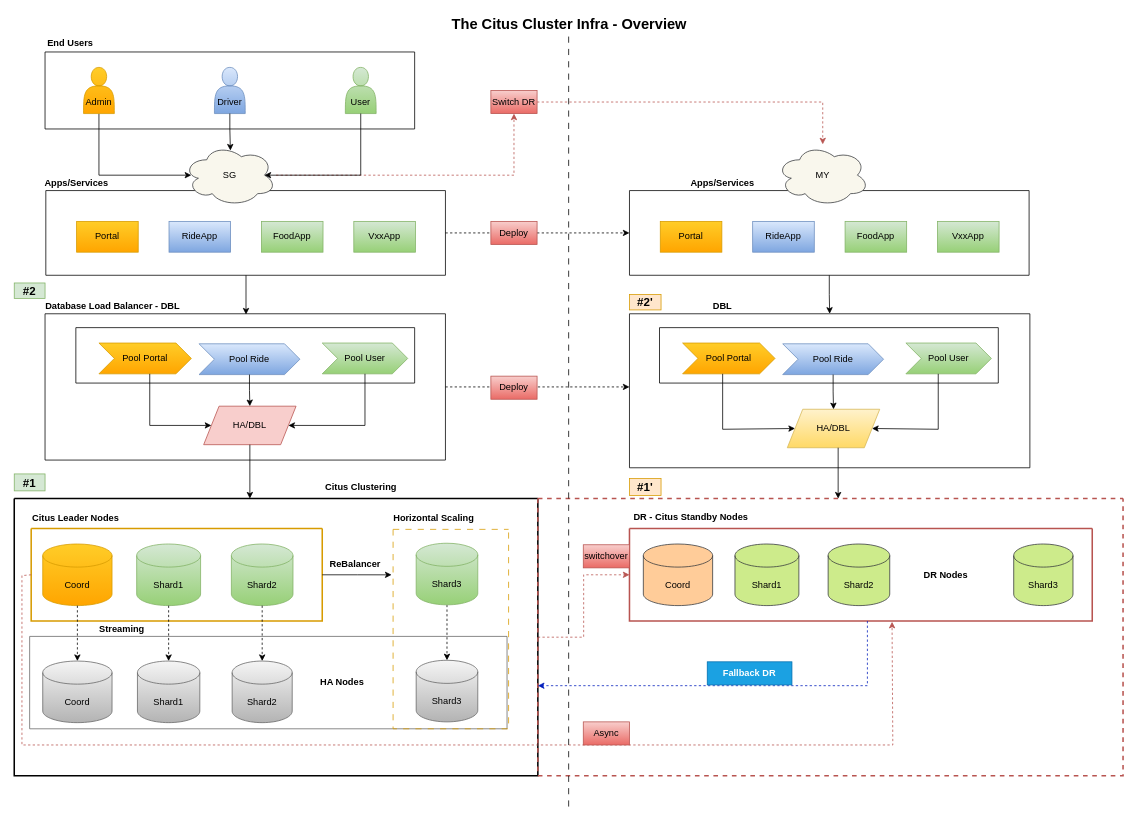
Earlier version of the draw.io diagram Copy of Citus Cluster - Infrastructure.drawio (quanntt0203/PostgreSQL-HA). Source tidied: cells renumbered, new cells numbered last; positions are measured from the earlier drawing's top-left corner, leaving out a move shared by most shapes. Both pictures are drawn from the tidied source at 77%, with x=0, y=0 at pixel (14, 13).
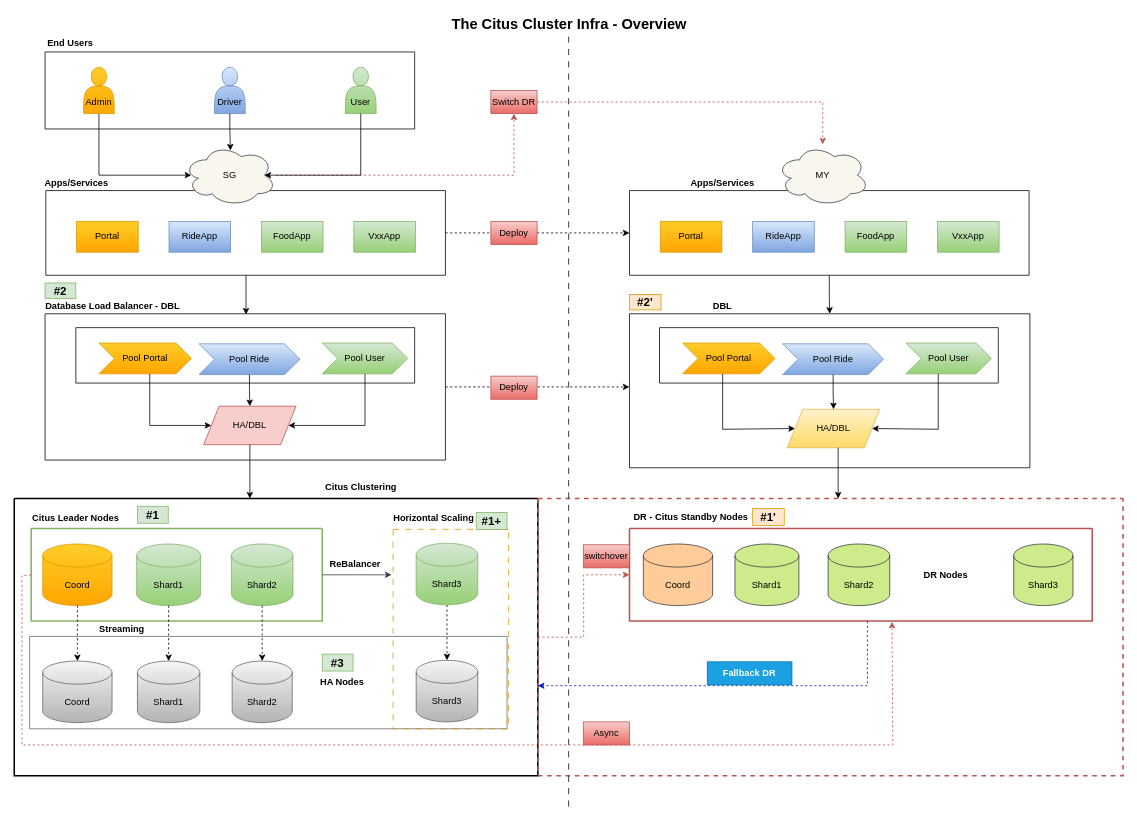
The same diagram, later.

The change refers to these unchanged cells:
```xml
<mxCell id="13" style="swimlane;startSize=0;strokeWidth=2;" parent="1" vertex="1">
  <mxGeometry y="630" width="680" height="360" as="geometry" />
</mxCell>
<mxCell id="14" style="swimlane;startSize=0;fillColor=#f5f5f5;gradientColor=#b3b3b3;strokeColor=#666666;" parent="13" vertex="1">
  <mxGeometry x="20" y="179" width="620" height="120" as="geometry" />
</mxCell>
<mxCell id="26" style="swimlane;startSize=0;fillColor=#ffcd28;gradientColor=#ffa500;strokeColor=#d79b00;dashed=1;dashPattern=8 8;" parent="13" vertex="1">
  <mxGeometry x="492" y="40" width="150" height="259" as="geometry" />
</mxCell>
<mxCell id="76" style="swimlane;startSize=0;fillColor=#f8cecc;gradientColor=#ea6b66;strokeColor=#b85450;dashed=1;strokeWidth=2;" parent="1" vertex="1">
  <mxGeometry x="680" y="630" width="760" height="360" as="geometry" />
</mxCell>
```

The edit, as a diff of the source:
```diff
@@
-    <mxCell id="18" style="swimlane;startSize=0;fillColor=#ffcd28;strokeColor=#d79b00;gradientColor=#ffa500;strokeWidth=2;" parent="14" vertex="1">
+    <mxCell id="18" style="swimlane;startSize=0;fillColor=#d5e8d4;strokeColor=#82b366;gradientColor=#97d077;strokeWidth=2;" parent="14" vertex="1">
       <mxGeometry x="2" y="-140" width="378" height="120" as="geometry" />
     </mxCell>
@@
+    <mxCell id="99" value="&lt;b&gt;&lt;font style=&quot;font-size: 15px;&quot;&gt;#3&lt;/font&gt;&lt;/b&gt;" style="text;html=1;whiteSpace=wrap;strokeColor=#82b366;fillColor=#d5e8d4;align=center;verticalAlign=middle;rounded=0;" parent="14" vertex="1">
+      <mxGeometry x="380" y="23" width="40" height="22" as="geometry" />
+    </mxCell>
@@
-    <mxCell id="31" style="edgeStyle=orthogonalEdgeStyle;rounded=0;jettySize=auto;html=1;entryX=-0.013;entryY=0.228;entryDx=0;entryDy=0;entryPerimeter=0;" parent="13" edge="1" source="18" target="26">
+    <mxCell id="31" style="edgeStyle=orthogonalEdgeStyle;rounded=0;jettySize=auto;html=1;entryX=-0.013;entryY=0.228;entryDx=0;entryDy=0;entryPerimeter=0;fillColor=#ffcc99;strokeColor=#36393d;" parent="13" edge="1" source="18" target="26">
       <mxGeometry relative="1" as="geometry" />
     </mxCell>
+    <mxCell id="93" value="&lt;b&gt;&lt;font style=&quot;font-size: 15px;&quot;&gt;#1&lt;/font&gt;&lt;/b&gt;" style="text;html=1;whiteSpace=wrap;strokeColor=#82b366;fillColor=#d5e8d4;align=center;verticalAlign=middle;rounded=0;" parent="13" vertex="1">
+      <mxGeometry x="160" y="10" width="40" height="22" as="geometry" />
+    </mxCell>
+    <mxCell id="100" value="&lt;b&gt;&lt;font style=&quot;font-size: 15px;&quot;&gt;#1+&lt;/font&gt;&lt;/b&gt;" style="text;html=1;whiteSpace=wrap;strokeColor=#82b366;fillColor=#d5e8d4;align=center;verticalAlign=middle;rounded=0;" parent="13" vertex="1">
+      <mxGeometry x="600" y="18" width="40" height="22" as="geometry" />
+    </mxCell>
@@
+    <mxCell id="94" value="&lt;b&gt;&lt;font style=&quot;font-size: 15px;&quot;&gt;#1'&lt;/font&gt;&lt;/b&gt;" style="text;html=1;whiteSpace=wrap;strokeColor=#d79b00;fillColor=#ffe6cc;align=center;verticalAlign=middle;rounded=0;" parent="76" vertex="1">
+      <mxGeometry x="279" y="13" width="41" height="22" as="geometry" />
+    </mxCell>
@@
-    <mxCell id="93" value="&lt;b&gt;&lt;font style=&quot;font-size: 15px;&quot;&gt;#1&lt;/font&gt;&lt;/b&gt;" style="text;html=1;whiteSpace=wrap;strokeColor=#82b366;fillColor=#d5e8d4;align=center;verticalAlign=middle;rounded=0;" parent="1" vertex="1">
-      <mxGeometry y="598" width="40" height="22" as="geometry" />
-    </mxCell>
-    <mxCell id="94" value="&lt;b&gt;&lt;font style=&quot;font-size: 15px;&quot;&gt;#1'&lt;/font&gt;&lt;/b&gt;" style="text;html=1;whiteSpace=wrap;strokeColor=#d79b00;fillColor=#ffe6cc;align=center;verticalAlign=middle;rounded=0;" parent="1" vertex="1">
-      <mxGeometry x="799" y="604" width="41" height="22" as="geometry" />
-    </mxCell>
     <mxCell id="95" value="&lt;b&gt;&lt;font style=&quot;font-size: 15px;&quot;&gt;#2&lt;/font&gt;&lt;/b&gt;" style="text;html=1;whiteSpace=wrap;strokeColor=#82b366;fillColor=#d5e8d4;align=center;verticalAlign=middle;rounded=0;" parent="1" vertex="1">
-      <mxGeometry y="350" width="40" height="20" as="geometry" />
+      <mxGeometry x="40" y="350" width="40" height="20" as="geometry" />
     </mxCell>
```
